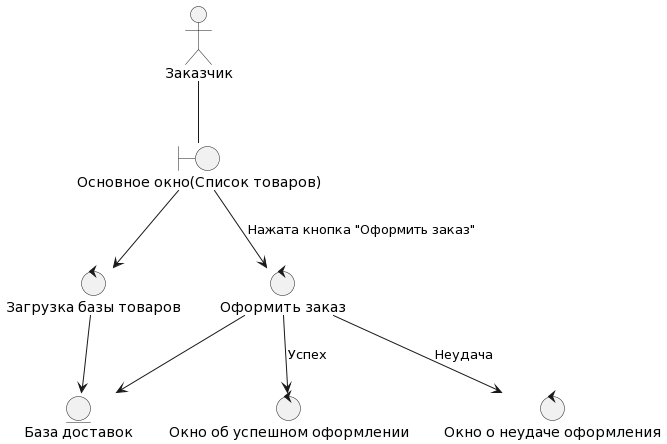
This is Diagrams/Diagrams_charts/user_add_delivery/user_add_delivery.png from striction10/MDKP, a PlantUML export, as it was before one commit. The source it was exported from:
```plantuml
@startuml
actor "Заказчик" as User

boundary "Основное окно(Список товаров)" as MainWindow

control "Загрузка базы товаров" as LoadDatabase
control "Оформить заказ" as Design
control "Окно об успешном оформлении" as SuccesfulDesign
control "Окно о неудаче оформления" as UnsuccesfulDesign

entity "База доставок" as DatabaseDelivery

MainWindow --> LoadDatabase
MainWindow --> Design : "Нажата кнопка "Оформить заказ""
Design --> SuccesfulDesign : "Успех"
Design --> UnsuccesfulDesign : "Неудача"
Design --> DatabaseDelivery
LoadDatabase --> DatabaseDelivery

User -- MainWindow
@enduml
```
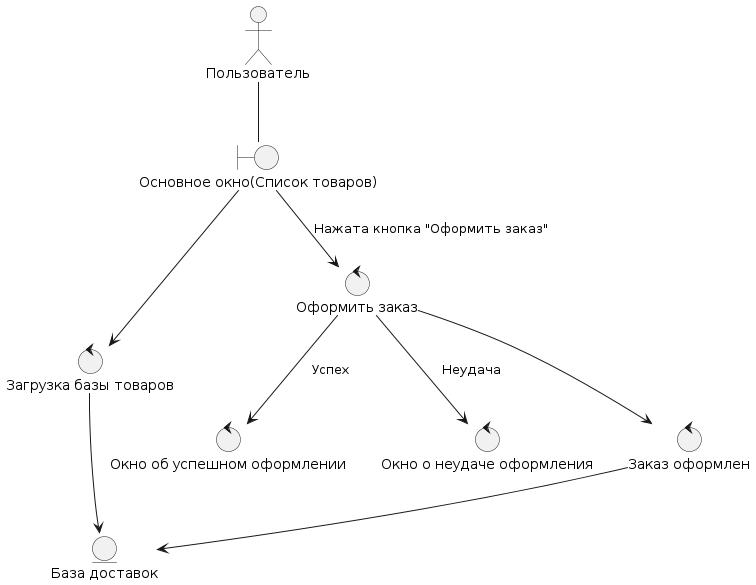
The same diagram one commit later.

The edit, as a diff of the source:
```diff
@@ -1,5 +1,5 @@
 @startuml
-actor "Заказчик" as User
+actor "Пользователь" as User
 
 boundary "Основное окно(Список товаров)" as MainWindow
 
@@ -7,6 +7,7 @@
 control "Оформить заказ" as Design
 control "Окно об успешном оформлении" as SuccesfulDesign
 control "Окно о неудаче оформления" as UnsuccesfulDesign
+control "Заказ оформлен" as SuccesfulDelivery
 
 entity "База доставок" as DatabaseDelivery
 
@@ -14,7 +15,8 @@
 MainWindow --> Design : "Нажата кнопка "Оформить заказ""
 Design --> SuccesfulDesign : "Успех"
 Design --> UnsuccesfulDesign : "Неудача"
-Design --> DatabaseDelivery
+Design --> SuccesfulDelivery
+SuccesfulDelivery --> DatabaseDelivery
 LoadDatabase --> DatabaseDelivery
 
 User -- MainWindow
```
